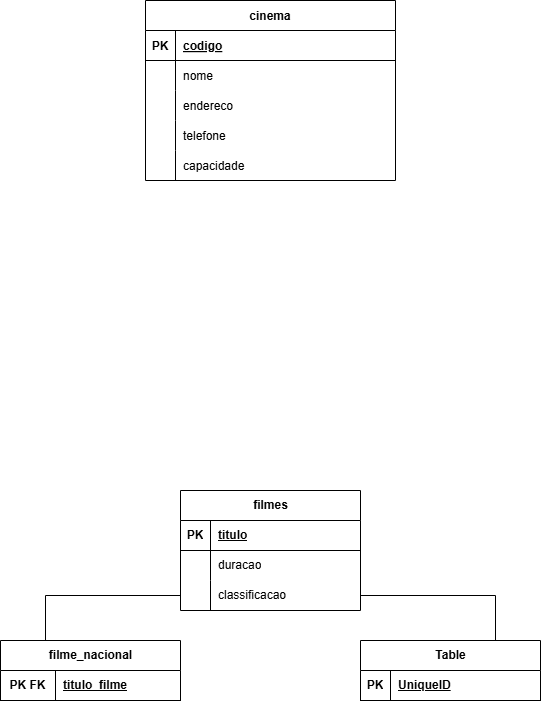
NathanAzvdo/Atividade-Banco-de-dados keeps this draw.io diagram as cinema.drawio.png. Above is the earlier version. Source tidied: cells renumbered, new cells last; positions are measured from the earlier drawing's top-left corner, leaving out a move shared by most shapes.
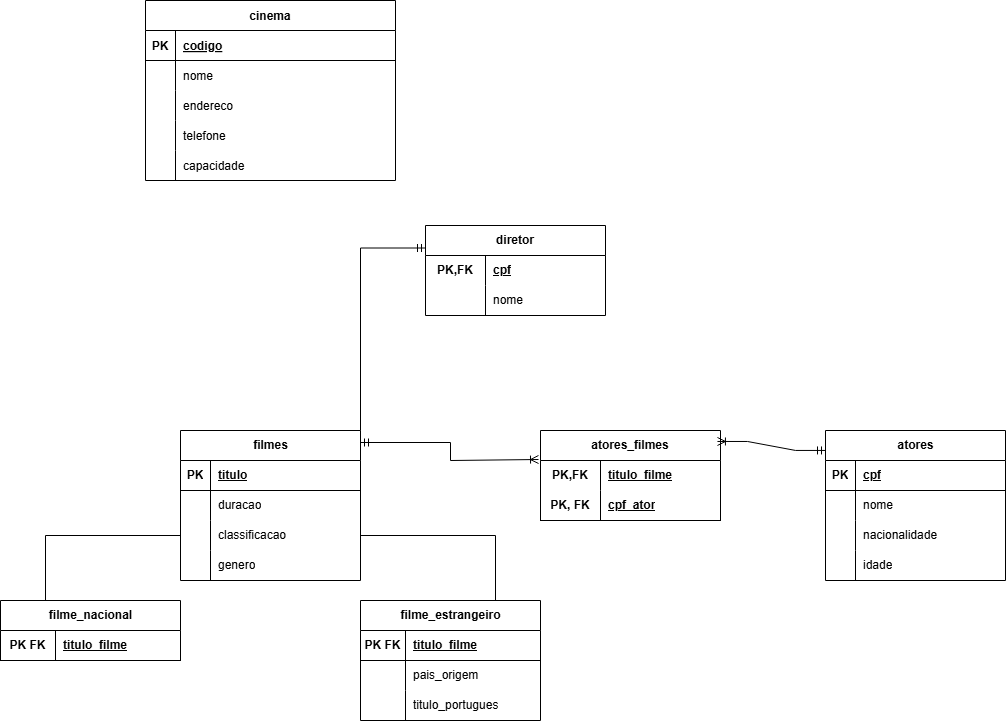
After the change.

The edit, as a diff of the source:
```diff
@@ -51,7 +51,7 @@
       <mxGeometry x="30" width="220" height="30" as="geometry" />
     </mxCell>
     <mxCell id="18" value="filmes" style="shape=table;startSize=30;rowLines=0;fontStyle=1;align=center;html=1;" parent="1" vertex="1">
-      <mxGeometry x="180" y="490" width="180" height="120" as="geometry" />
+      <mxGeometry x="180" y="430" width="180" height="150" as="geometry" />
     </mxCell>
     <mxCell id="19" style="shape=tableRow;horizontal=0;startSize=0;swimlaneHead=0;swimlaneBody=0;fillColor=none;top=0;left=0;right=0;bottom=1;" parent="18" vertex="1">
       <mxGeometry y="30" width="180" height="30" as="geometry" />
@@ -80,6 +80,15 @@
     <mxCell id="27" value="classificacao" style="shape=partialRectangle;fillColor=none;top=0;left=0;bottom=0;right=0;align=left;spacingLeft=6;overflow=hidden;whiteSpace=wrap;html=1;" parent="25" vertex="1">
       <mxGeometry x="30" width="150" height="30" as="geometry" />
     </mxCell>
+    <mxCell id="38" style="shape=tableRow;horizontal=0;startSize=0;swimlaneHead=0;swimlaneBody=0;fillColor=none;top=0;left=0;right=0;bottom=0;" parent="18" vertex="1">
+      <mxGeometry y="120" width="180" height="30" as="geometry" />
+    </mxCell>
+    <mxCell id="39" style="shape=partialRectangle;fillColor=none;top=0;left=0;bottom=0;right=0;overflow=hidden;whiteSpace=wrap;html=1;" parent="38" vertex="1">
+      <mxGeometry width="30" height="30" as="geometry" />
+    </mxCell>
+    <mxCell id="40" value="genero" style="shape=partialRectangle;fillColor=none;top=0;left=0;bottom=0;right=0;align=left;spacingLeft=6;overflow=hidden;whiteSpace=wrap;html=1;" parent="38" vertex="1">
+      <mxGeometry x="30" width="150" height="30" as="geometry" />
+    </mxCell>
     <mxCell id="28" style="endArrow=none;html=1;rounded=0;entryX=0;entryY=0.5;entryDx=0;entryDy=0;exitX=0.25;exitY=0;exitDx=0;exitDy=0;edgeStyle=orthogonalEdgeStyle;" parent="1" edge="1" source="30" target="25">
       <mxGeometry relative="1" as="geometry" />
     </mxCell>
@@ -87,7 +96,7 @@
       <mxGeometry relative="1" as="geometry" />
     </mxCell>
     <mxCell id="30" value="filme_nacional" style="shape=table;startSize=30;rowLines=0;fontStyle=1;align=center;html=1;" parent="1" vertex="1">
-      <mxGeometry y="640" width="180" height="60" as="geometry" />
+      <mxGeometry y="600" width="180" height="60" as="geometry" />
     </mxCell>
     <mxCell id="31" style="shape=tableRow;horizontal=0;startSize=0;swimlaneHead=0;swimlaneBody=0;fillColor=none;top=0;left=0;right=0;bottom=1;" parent="30" vertex="1">
       <mxGeometry y="30" width="180" height="30" as="geometry" />
@@ -98,17 +107,130 @@
     <mxCell id="33" value="titulo_filme" style="shape=partialRectangle;fillColor=none;top=0;left=0;bottom=0;right=0;align=left;spacingLeft=6;fontStyle=5;overflow=hidden;whiteSpace=wrap;html=1;" parent="31" vertex="1">
       <mxGeometry x="55" width="125" height="30" as="geometry" />
     </mxCell>
-    <mxCell id="34" value="Table" style="shape=table;startSize=30;rowLines=0;fontStyle=1;align=center;html=1;" parent="1" vertex="1">
-      <mxGeometry x="360" y="640" width="180" height="60" as="geometry" />
+    <mxCell id="34" value="filme_estrangeiro" style="shape=table;startSize=30;rowLines=0;fontStyle=1;align=center;html=1;" parent="1" vertex="1">
+      <mxGeometry x="360" y="600" width="180" height="120" as="geometry" />
     </mxCell>
     <mxCell id="35" style="shape=tableRow;horizontal=0;startSize=0;swimlaneHead=0;swimlaneBody=0;fillColor=none;top=0;left=0;right=0;bottom=1;" parent="34" vertex="1">
       <mxGeometry y="30" width="180" height="30" as="geometry" />
     </mxCell>
-    <mxCell id="36" value="PK" style="shape=partialRectangle;fillColor=none;top=0;left=0;bottom=0;right=0;fontStyle=1;overflow=hidden;whiteSpace=wrap;html=1;" parent="35" vertex="1">
-      <mxGeometry width="30" height="30" as="geometry" />
+    <mxCell id="36" value="PK FK" style="shape=partialRectangle;fillColor=none;top=0;left=0;bottom=0;right=0;fontStyle=1;overflow=hidden;whiteSpace=wrap;html=1;" parent="35" vertex="1">
+      <mxGeometry width="45" height="30" as="geometry" />
     </mxCell>
-    <mxCell id="37" value="UniqueID" style="shape=partialRectangle;fillColor=none;top=0;left=0;bottom=0;right=0;align=left;spacingLeft=6;fontStyle=5;overflow=hidden;whiteSpace=wrap;html=1;" parent="35" vertex="1">
-      <mxGeometry x="30" width="150" height="30" as="geometry" />
+    <mxCell id="37" value="titulo_filme" style="shape=partialRectangle;fillColor=none;top=0;left=0;bottom=0;right=0;align=left;spacingLeft=6;fontStyle=5;overflow=hidden;whiteSpace=wrap;html=1;" parent="35" vertex="1">
+      <mxGeometry x="45" width="135" height="30" as="geometry" />
     </mxCell>
+    <mxCell id="41" style="shape=tableRow;horizontal=0;startSize=0;swimlaneHead=0;swimlaneBody=0;fillColor=none;top=0;left=0;right=0;bottom=0;" parent="34" vertex="1">
+      <mxGeometry y="60" width="180" height="30" as="geometry" />
+    </mxCell>
+    <mxCell id="42" style="shape=partialRectangle;fillColor=none;top=0;left=0;bottom=0;right=0;fontStyle=0;overflow=hidden;whiteSpace=wrap;html=1;" parent="41" vertex="1">
+      <mxGeometry width="45" height="30" as="geometry" />
+    </mxCell>
+    <mxCell id="43" value="pais_origem" style="shape=partialRectangle;fillColor=none;top=0;left=0;bottom=0;right=0;align=left;spacingLeft=6;fontStyle=0;overflow=hidden;whiteSpace=wrap;html=1;" parent="41" vertex="1">
+      <mxGeometry x="45" width="135" height="30" as="geometry" />
+    </mxCell>
+    <mxCell id="44" style="shape=tableRow;horizontal=0;startSize=0;swimlaneHead=0;swimlaneBody=0;fillColor=none;top=0;left=0;right=0;bottom=0;" parent="34" vertex="1">
+      <mxGeometry y="90" width="180" height="30" as="geometry" />
+    </mxCell>
+    <mxCell id="45" style="shape=partialRectangle;fillColor=none;top=0;left=0;bottom=0;right=0;fontStyle=0;overflow=hidden;whiteSpace=wrap;html=1;" parent="44" vertex="1">
+      <mxGeometry width="45" height="30" as="geometry" />
+    </mxCell>
+    <mxCell id="46" value="titulo_portugues" style="shape=partialRectangle;fillColor=none;top=0;left=0;bottom=0;right=0;align=left;spacingLeft=6;fontStyle=0;overflow=hidden;whiteSpace=wrap;html=1;" parent="44" vertex="1">
+      <mxGeometry x="45" width="135" height="30" as="geometry" />
+    </mxCell>
+    <mxCell id="47" value="atores" style="shape=table;startSize=30;rowLines=0;fontStyle=1;align=center;html=1;" parent="1" vertex="1">
+      <mxGeometry x="825" y="430" width="180" height="150" as="geometry" />
+    </mxCell>
+    <mxCell id="48" style="shape=tableRow;horizontal=0;startSize=0;swimlaneHead=0;swimlaneBody=0;fillColor=none;top=0;left=0;right=0;bottom=1;" parent="47" vertex="1">
+      <mxGeometry y="30" width="180" height="30" as="geometry" />
+    </mxCell>
+    <mxCell id="49" value="PK" style="shape=partialRectangle;fillColor=none;top=0;left=0;bottom=0;right=0;fontStyle=1;overflow=hidden;whiteSpace=wrap;html=1;" parent="48" vertex="1">
+      <mxGeometry width="30" height="30" as="geometry" />
+    </mxCell>
+    <mxCell id="50" value="cpf" style="shape=partialRectangle;fillColor=none;top=0;left=0;bottom=0;right=0;align=left;spacingLeft=6;fontStyle=5;overflow=hidden;whiteSpace=wrap;html=1;" parent="48" vertex="1">
+      <mxGeometry x="30" width="150" height="30" as="geometry" />
+    </mxCell>
+    <mxCell id="51" style="shape=tableRow;horizontal=0;startSize=0;swimlaneHead=0;swimlaneBody=0;fillColor=none;top=0;left=0;right=0;bottom=0;" parent="47" vertex="1">
+      <mxGeometry y="60" width="180" height="30" as="geometry" />
+    </mxCell>
+    <mxCell id="52" style="shape=partialRectangle;fillColor=none;top=0;left=0;bottom=0;right=0;overflow=hidden;whiteSpace=wrap;html=1;" parent="51" vertex="1">
+      <mxGeometry width="30" height="30" as="geometry" />
+    </mxCell>
+    <mxCell id="53" value="nome" style="shape=partialRectangle;fillColor=none;top=0;left=0;bottom=0;right=0;align=left;spacingLeft=6;overflow=hidden;whiteSpace=wrap;html=1;" parent="51" vertex="1">
+      <mxGeometry x="30" width="150" height="30" as="geometry" />
+    </mxCell>
+    <mxCell id="54" style="shape=tableRow;horizontal=0;startSize=0;swimlaneHead=0;swimlaneBody=0;fillColor=none;top=0;left=0;right=0;bottom=0;" parent="47" vertex="1">
+      <mxGeometry y="90" width="180" height="30" as="geometry" />
+    </mxCell>
+    <mxCell id="55" style="shape=partialRectangle;fillColor=none;top=0;left=0;bottom=0;right=0;overflow=hidden;whiteSpace=wrap;html=1;" parent="54" vertex="1">
+      <mxGeometry width="30" height="30" as="geometry" />
+    </mxCell>
+    <mxCell id="56" value="nacionalidade" style="shape=partialRectangle;fillColor=none;top=0;left=0;bottom=0;right=0;align=left;spacingLeft=6;overflow=hidden;whiteSpace=wrap;html=1;" parent="54" vertex="1">
+      <mxGeometry x="30" width="150" height="30" as="geometry" />
+    </mxCell>
+    <mxCell id="57" style="shape=tableRow;horizontal=0;startSize=0;swimlaneHead=0;swimlaneBody=0;fillColor=none;top=0;left=0;right=0;bottom=0;" parent="47" vertex="1">
+      <mxGeometry y="120" width="180" height="30" as="geometry" />
+    </mxCell>
+    <mxCell id="58" style="shape=partialRectangle;fillColor=none;top=0;left=0;bottom=0;right=0;overflow=hidden;whiteSpace=wrap;html=1;" parent="57" vertex="1">
+      <mxGeometry width="30" height="30" as="geometry" />
+    </mxCell>
+    <mxCell id="59" value="idade" style="shape=partialRectangle;fillColor=none;top=0;left=0;bottom=0;right=0;align=left;spacingLeft=6;overflow=hidden;whiteSpace=wrap;html=1;" parent="57" vertex="1">
+      <mxGeometry x="30" width="150" height="30" as="geometry" />
+    </mxCell>
+    <mxCell id="60" value="atores_filmes" style="shape=table;startSize=30;rowLines=0;fontStyle=1;align=center;html=1;whiteSpace=wrap;" parent="1" vertex="1">
+      <mxGeometry x="540" y="430" width="180" height="90" as="geometry" />
+    </mxCell>
+    <mxCell id="61" style="shape=tableRow;horizontal=0;startSize=0;swimlaneHead=0;swimlaneBody=0;fillColor=none;points=[[0,0.5],[1,0.5]];portConstraint=eastwest;top=0;left=0;right=0;bottom=0;html=1;" parent="60" vertex="1">
+      <mxGeometry y="30" width="180" height="30" as="geometry" />
+    </mxCell>
+    <mxCell id="62" value="PK,FK" style="shape=partialRectangle;fillColor=none;top=0;left=0;bottom=0;right=0;fontStyle=1;overflow=hidden;html=1;whiteSpace=wrap;" parent="61" vertex="1">
+      <mxGeometry width="60" height="30" as="geometry" />
+    </mxCell>
+    <mxCell id="63" value="titulo_filme" style="shape=partialRectangle;fillColor=none;top=0;left=0;bottom=0;right=0;align=left;spacingLeft=6;fontStyle=5;overflow=hidden;html=1;whiteSpace=wrap;" parent="61" vertex="1">
+      <mxGeometry x="60" width="120" height="30" as="geometry" />
+    </mxCell>
+    <mxCell id="64" style="shape=tableRow;horizontal=0;startSize=0;swimlaneHead=0;swimlaneBody=0;fillColor=none;top=0;left=0;right=0;bottom=1;html=1;" parent="60" vertex="1">
+      <mxGeometry y="60" width="180" height="30" as="geometry" />
+    </mxCell>
+    <mxCell id="65" value="PK, FK" style="shape=partialRectangle;fillColor=none;top=0;left=0;bottom=0;right=0;fontStyle=1;overflow=hidden;html=1;whiteSpace=wrap;" parent="64" vertex="1">
+      <mxGeometry width="60" height="30" as="geometry" />
+    </mxCell>
+    <mxCell id="66" value="cpf_ator" style="shape=partialRectangle;fillColor=none;top=0;left=0;bottom=0;right=0;align=left;spacingLeft=6;fontStyle=5;overflow=hidden;html=1;whiteSpace=wrap;" parent="64" vertex="1">
+      <mxGeometry x="60" width="120" height="30" as="geometry" />
+    </mxCell>
+    <mxCell id="67" style="edgeStyle=orthogonalEdgeStyle;fontSize=12;html=1;endArrow=ERoneToMany;startArrow=ERmandOne;rounded=0;exitX=1;exitY=0.08;exitDx=0;exitDy=0;entryX=-0.011;entryY=-0.033;entryDx=0;entryDy=0;exitPerimeter=0;entryPerimeter=0;" parent="1" edge="1" source="18" target="61">
+      <mxGeometry relative="1" as="geometry">
+        <Array as="points">
+          <mxPoint x="450" y="442" />
+          <mxPoint x="450" y="460" />
+        </Array>
+      </mxGeometry>
+    </mxCell>
+    <mxCell id="68" style="edgeStyle=entityRelationEdgeStyle;fontSize=12;html=1;endArrow=ERoneToMany;startArrow=ERmandOne;rounded=0;exitX=0;exitY=0.133;exitDx=0;exitDy=0;exitPerimeter=0;entryX=0.983;entryY=0.122;entryDx=0;entryDy=0;entryPerimeter=0;" parent="1" edge="1" source="47" target="60">
+      <mxGeometry relative="1" as="geometry" />
+    </mxCell>
+    <mxCell id="69" value="diretor" style="shape=table;startSize=30;rowLines=0;fontStyle=1;align=center;html=1;whiteSpace=wrap;" parent="1" vertex="1">
+      <mxGeometry x="425" y="225" width="180" height="90" as="geometry" />
+    </mxCell>
+    <mxCell id="70" style="shape=tableRow;horizontal=0;startSize=0;swimlaneHead=0;swimlaneBody=0;fillColor=none;top=0;left=0;right=0;bottom=0;html=1;" parent="69" vertex="1">
+      <mxGeometry y="30" width="180" height="30" as="geometry" />
+    </mxCell>
+    <mxCell id="71" value="PK,FK" style="shape=partialRectangle;fillColor=none;top=0;left=0;bottom=0;right=0;fontStyle=1;overflow=hidden;html=1;whiteSpace=wrap;" parent="70" vertex="1">
+      <mxGeometry width="60" height="30" as="geometry" />
+    </mxCell>
+    <mxCell id="72" value="cpf" style="shape=partialRectangle;fillColor=none;top=0;left=0;bottom=0;right=0;align=left;spacingLeft=6;fontStyle=5;overflow=hidden;html=1;whiteSpace=wrap;" parent="70" vertex="1">
+      <mxGeometry x="60" width="120" height="30" as="geometry" />
+    </mxCell>
+    <mxCell id="73" style="shape=tableRow;horizontal=0;startSize=0;swimlaneHead=0;swimlaneBody=0;fillColor=none;top=0;left=0;right=0;bottom=0;html=1;" parent="69" vertex="1">
+      <mxGeometry y="60" width="180" height="30" as="geometry" />
+    </mxCell>
+    <mxCell id="74" style="shape=partialRectangle;fillColor=none;top=0;left=0;bottom=0;right=0;overflow=hidden;html=1;whiteSpace=wrap;" parent="73" vertex="1">
+      <mxGeometry width="60" height="30" as="geometry" />
+    </mxCell>
+    <mxCell id="75" value="nome" style="shape=partialRectangle;fillColor=none;top=0;left=0;bottom=0;right=0;align=left;spacingLeft=6;overflow=hidden;html=1;whiteSpace=wrap;" parent="73" vertex="1">
+      <mxGeometry x="60" width="120" height="30" as="geometry" />
+    </mxCell>
+    <mxCell id="76" style="edgeStyle=orthogonalEdgeStyle;fontSize=12;html=1;endArrow=ERmandOne;rounded=0;entryX=0;entryY=0.25;entryDx=0;entryDy=0;exitX=1;exitY=0;exitDx=0;exitDy=0;" parent="1" edge="1" source="18" target="69">
+      <mxGeometry relative="1" as="geometry" />
+    </mxCell>
   </root>
 </mxGraphModel>
```
